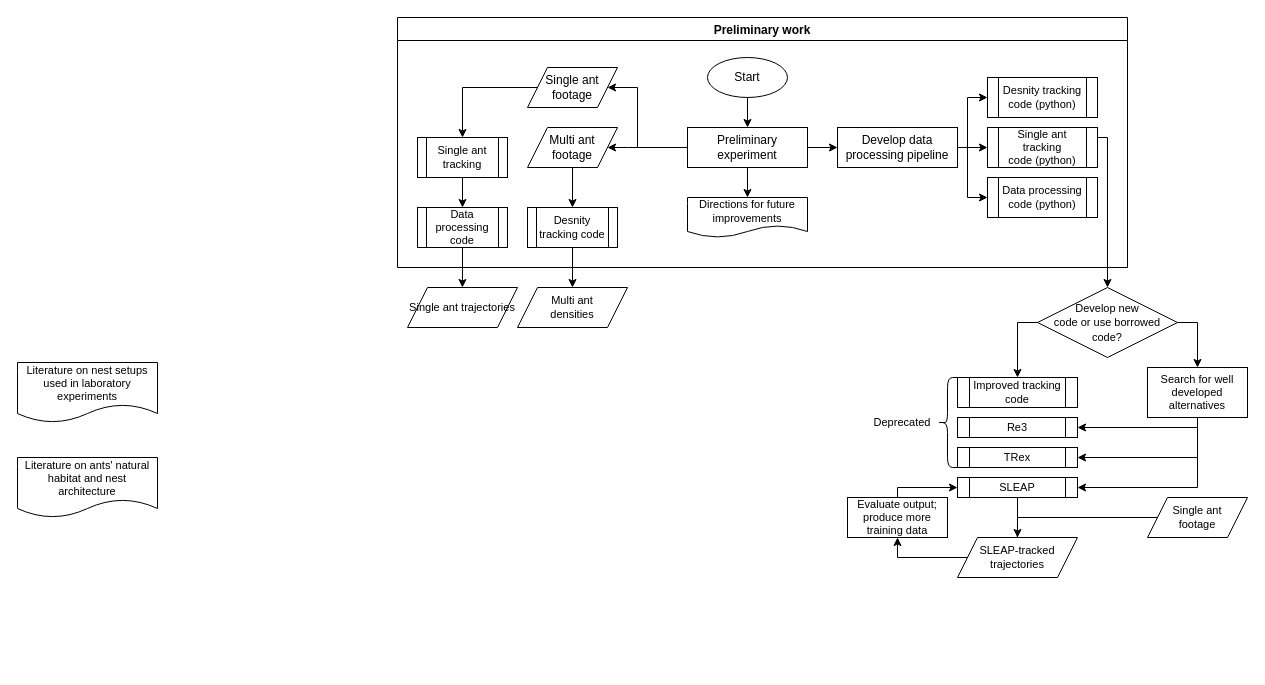
MangledPotat0/diagramsRoot keeps this draw.io diagram as research/Progress.drawio. Above is the earlier version. Source tidied: cells renumbered, new cells numbered last; positions are measured from the earlier drawing's top-left corner, leaving out a move shared by most shapes. Both pictures are drawn from the tidied source at 100%, with x=0, y=0 at pixel (17, 17).
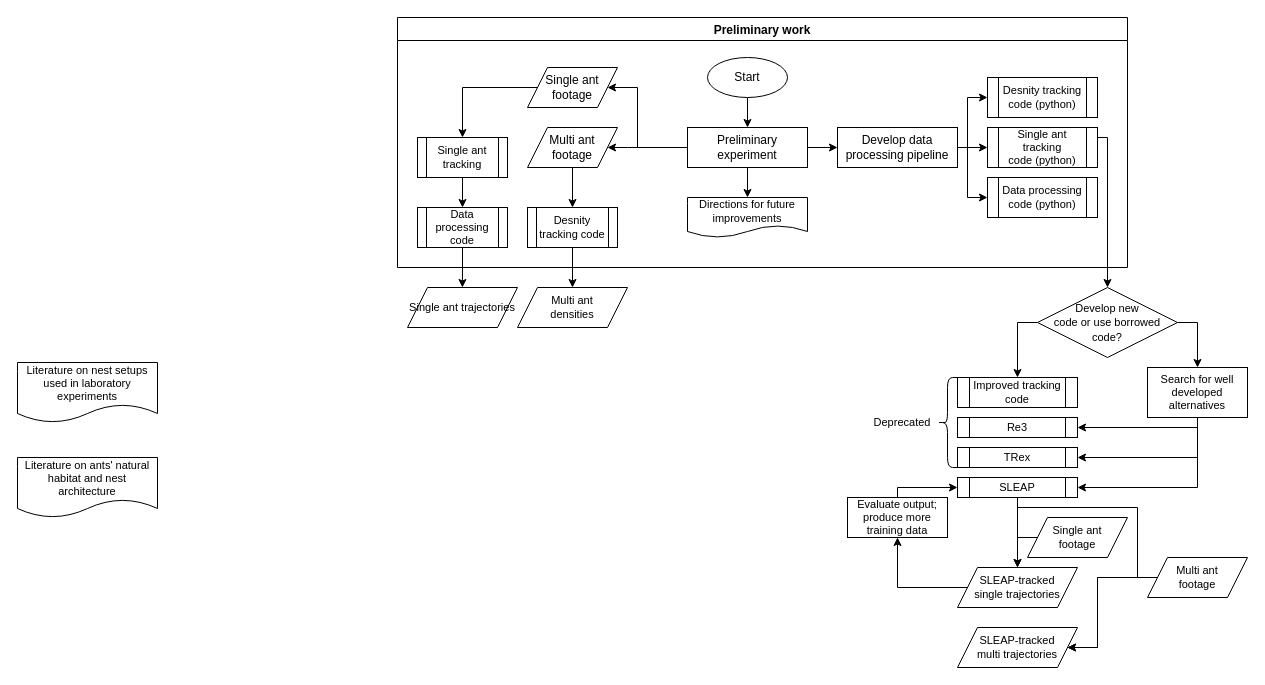
The same page after the edit.

Commit message:
Added SLEAP related milestones

The change refers to these unchanged cells:
```xml
<mxCell id="38" value="SLEAP" style="shape=process;whiteSpace=wrap;html=1;backgroundOutline=1;fontSize=11;" parent="1" vertex="1">
  <mxGeometry x="940" y="460" width="120" height="20" as="geometry" />
</mxCell>
<mxCell id="52" value="Evaluate output; produce more training data" style="rounded=0;whiteSpace=wrap;html=1;fontSize=11;" parent="1" vertex="1">
  <mxGeometry x="830" y="480" width="100" height="40" as="geometry" />
</mxCell>
```

Change to the diagram source:
```diff
@@
-    <mxCell id="37" style="edgeStyle=orthogonalEdgeStyle;rounded=0;jettySize=auto;html=1;exitX=0.5;exitY=1;exitDx=0;exitDy=0;fontSize=11;" parent="1" edge="1" source="38">
-      <mxGeometry relative="1" as="geometry">
-        <mxPoint x="999.7" y="530" as="targetPoint" />
-      </mxGeometry>
+    <mxCell id="37" style="edgeStyle=orthogonalEdgeStyle;rounded=0;jettySize=auto;html=1;exitX=0.5;exitY=1;exitDx=0;exitDy=0;fontSize=11;entryX=0.5;entryY=0;entryDx=0;entryDy=0;" parent="1" edge="1" source="38" target="50">
+      <mxGeometry relative="1" as="geometry" />
     </mxCell>
+    <mxCell id="53" style="edgeStyle=orthogonalEdgeStyle;rounded=0;jettySize=auto;html=1;exitX=0.5;exitY=1;exitDx=0;exitDy=0;entryX=1;entryY=0.5;entryDx=0;entryDy=0;fontSize=11;" parent="1" edge="1" source="38" target="56">
+      <mxGeometry relative="1" as="geometry">
+        <Array as="points">
+          <mxPoint x="1000" y="490" />
+          <mxPoint x="1120" y="490" />
+          <mxPoint x="1120" y="560" />
+          <mxPoint x="1080" y="560" />
+          <mxPoint x="1080" y="630" />
+        </Array>
+      </mxGeometry>
+    </mxCell>
@@
     <mxCell id="47" style="edgeStyle=orthogonalEdgeStyle;rounded=0;jettySize=auto;html=1;exitX=0;exitY=0.5;exitDx=0;exitDy=0;entryX=0.5;entryY=0;entryDx=0;entryDy=0;fontSize=11;" parent="1" edge="1" source="48" target="50">
-      <mxGeometry relative="1" as="geometry" />
+      <mxGeometry relative="1" as="geometry">
+        <Array as="points">
+          <mxPoint x="1000" y="520" />
+        </Array>
+      </mxGeometry>
     </mxCell>
     <mxCell id="48" value="Single ant&lt;br&gt;footage" style="shape=parallelogram;perimeter=parallelogramPerimeter;whiteSpace=wrap;html=1;fixedSize=1;fontSize=11;" parent="1" vertex="1">
-      <mxGeometry x="1130" y="480" width="100" height="40" as="geometry" />
+      <mxGeometry x="1010" y="500" width="100" height="40" as="geometry" />
     </mxCell>
     <mxCell id="49" style="edgeStyle=orthogonalEdgeStyle;rounded=0;jettySize=auto;html=1;exitX=0;exitY=0.5;exitDx=0;exitDy=0;entryX=0.5;entryY=1;entryDx=0;entryDy=0;fontSize=11;" parent="1" edge="1" source="50" target="52">
       <mxGeometry relative="1" as="geometry">
         <Array as="points">
-          <mxPoint x="880" y="540" />
+          <mxPoint x="880" y="570" />
         </Array>
       </mxGeometry>
     </mxCell>
-    <mxCell id="50" value="SLEAP-tracked trajectories" style="shape=parallelogram;perimeter=parallelogramPerimeter;whiteSpace=wrap;html=1;fixedSize=1;fontSize=11;" parent="1" vertex="1">
-      <mxGeometry x="940" y="520" width="120" height="40" as="geometry" />
+    <mxCell id="50" value="&lt;div&gt;SLEAP-tracked &lt;br&gt;&lt;/div&gt;&lt;div&gt;single trajectories&lt;/div&gt;" style="shape=parallelogram;perimeter=parallelogramPerimeter;whiteSpace=wrap;html=1;fixedSize=1;fontSize=11;" parent="1" vertex="1">
+      <mxGeometry x="940" y="550" width="120" height="40" as="geometry" />
     </mxCell>
@@
+    <mxCell id="54" style="edgeStyle=orthogonalEdgeStyle;rounded=0;jettySize=auto;html=1;exitX=0;exitY=0.5;exitDx=0;exitDy=0;entryX=1;entryY=0.5;entryDx=0;entryDy=0;fontSize=11;" parent="1" edge="1" source="55" target="56">
+      <mxGeometry relative="1" as="geometry">
+        <Array as="points">
+          <mxPoint x="1080" y="560" />
+          <mxPoint x="1080" y="630" />
+        </Array>
+      </mxGeometry>
+    </mxCell>
+    <mxCell id="55" value="Multi ant&lt;br&gt;footage" style="shape=parallelogram;perimeter=parallelogramPerimeter;whiteSpace=wrap;html=1;fixedSize=1;fontSize=11;" parent="1" vertex="1">
+      <mxGeometry x="1130" y="540" width="100" height="40" as="geometry" />
+    </mxCell>
+    <mxCell id="56" value="&lt;div&gt;SLEAP-tracked &lt;br&gt;&lt;/div&gt;&lt;div&gt;multi trajectories&lt;/div&gt;" style="shape=parallelogram;perimeter=parallelogramPerimeter;whiteSpace=wrap;html=1;fixedSize=1;fontSize=11;" parent="1" vertex="1">
+      <mxGeometry x="940" y="610" width="120" height="40" as="geometry" />
+    </mxCell>
```
